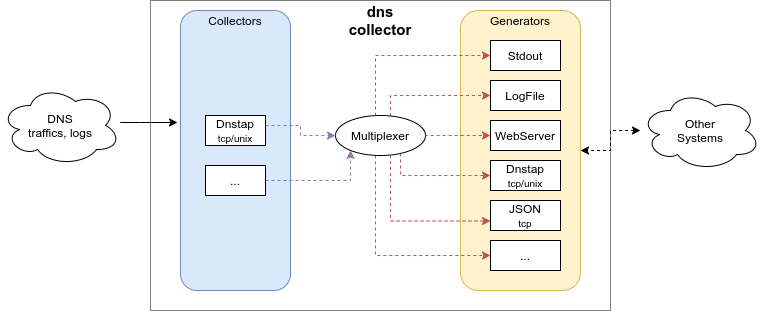
dmachard/go-dnscollector keeps this draw.io diagram as doc/overview.png. Above is the earlier version. Source tidied: cells renumbered, new cells last; positions are measured from the earlier drawing's top-left corner, leaving out a move shared by most shapes.
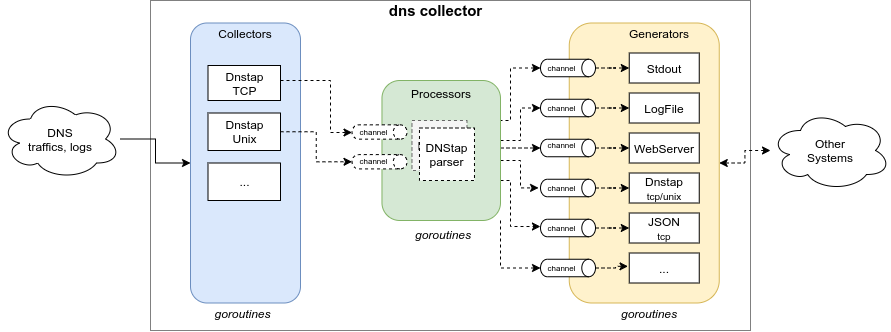
The same file after the commit.

Commit message:
code factory

What changed in the source:
```diff
@@ -3,125 +3,226 @@
     <mxCell id="0" />
     <mxCell id="1" parent="0" />
     <mxCell id="2" style="rounded=0;whiteSpace=wrap;html=1;dashed=1;dashPattern=1 1;" parent="1" vertex="1">
-      <mxGeometry x="150" width="460" height="310" as="geometry" />
+      <mxGeometry x="160" y="-60" width="600" height="330" as="geometry" />
     </mxCell>
-    <mxCell id="3" value="&lt;b style=&quot;font-size: 15px&quot;&gt;dns&lt;br&gt;collector&lt;/b&gt;" style="text;html=1;strokeColor=none;fillColor=none;align=center;verticalAlign=middle;whiteSpace=wrap;rounded=0;" parent="1" vertex="1">
-      <mxGeometry x="340" y="10" width="80" height="20" as="geometry" />
+    <mxCell id="3" value="&lt;b style=&quot;font-size: 15px&quot;&gt;dns collector&lt;/b&gt;" style="text;html=1;strokeColor=none;fillColor=none;align=center;verticalAlign=middle;whiteSpace=wrap;rounded=0;" parent="1" vertex="1">
+      <mxGeometry x="388" y="-60" width="115" height="20" as="geometry" />
     </mxCell>
     <mxCell id="4" style="rounded=1;whiteSpace=wrap;html=1;fillColor=#dae8fc;strokeColor=#6c8ebf;" parent="1" vertex="1">
-      <mxGeometry x="180" y="10" width="110" height="280" as="geometry" />
+      <mxGeometry x="200" y="-37.5" width="110" height="280" as="geometry" />
     </mxCell>
     <mxCell id="5" value="Collectors" style="text;html=1;strokeColor=none;fillColor=none;align=center;verticalAlign=middle;whiteSpace=wrap;rounded=0;" parent="1" vertex="1">
-      <mxGeometry x="215" y="10" width="40" height="20" as="geometry" />
+      <mxGeometry x="235" y="-37.5" width="40" height="20" as="geometry" />
     </mxCell>
     <mxCell id="6" style="rounded=1;whiteSpace=wrap;html=1;fillColor=#fff2cc;strokeColor=#d6b656;" parent="1" vertex="1">
-      <mxGeometry x="460" y="10" width="120" height="280" as="geometry" />
+      <mxGeometry x="578.8" y="-37.5" width="150" height="280" as="geometry" />
     </mxCell>
     <mxCell id="7" value="Generators" style="text;html=1;strokeColor=none;fillColor=none;align=center;verticalAlign=middle;whiteSpace=wrap;rounded=0;" parent="1" vertex="1">
-      <mxGeometry x="500" y="10" width="40" height="20" as="geometry" />
+      <mxGeometry x="648.8" y="-37.5" width="40" height="20" as="geometry" />
     </mxCell>
-    <mxCell id="8" style="edgeStyle=orthogonalEdgeStyle;rounded=0;jettySize=auto;html=1;dashed=1;fillColor=#e1d5e7;strokeColor=#9673a6;" parent="1" edge="1" source="9" target="21">
-      <mxGeometry relative="1" as="geometry">
-        <Array as="points">
-          <mxPoint x="300" y="125" />
-          <mxPoint x="300" y="135" />
-        </Array>
-      </mxGeometry>
-    </mxCell>
-    <mxCell id="9" value="Dnstap&lt;br&gt;&lt;font style=&quot;font-size: 10px&quot;&gt;tcp/unix&lt;/font&gt;" style="rounded=0;whiteSpace=wrap;html=1;" parent="1" vertex="1">
-      <mxGeometry x="205" y="115" width="60" height="30" as="geometry" />
+    <mxCell id="9" value="Dnstap&lt;br&gt;TCP" style="rounded=0;whiteSpace=wrap;html=1;" parent="1" vertex="1">
+      <mxGeometry x="217.5" y="5" width="72.5" height="35" as="geometry" />
     </mxCell>
     <mxCell id="10" value="Stdout" style="rounded=0;whiteSpace=wrap;html=1;" parent="1" vertex="1">
-      <mxGeometry x="490" y="40" width="70" height="30" as="geometry" />
+      <mxGeometry x="638.8" y="-7.5" width="70" height="30" as="geometry" />
     </mxCell>
     <mxCell id="11" value="LogFile" style="rounded=0;whiteSpace=wrap;html=1;" parent="1" vertex="1">
-      <mxGeometry x="490" y="80" width="70" height="30" as="geometry" />
+      <mxGeometry x="638.8" y="32.5" width="70" height="30" as="geometry" />
     </mxCell>
-    <mxCell id="12" style="edgeStyle=orthogonalEdgeStyle;rounded=0;jettySize=auto;html=1;dashed=1;fillColor=#e1d5e7;strokeColor=#9673a6;" parent="1" edge="1" source="13" target="21">
-      <mxGeometry relative="1" as="geometry">
-        <Array as="points">
-          <mxPoint x="350" y="180" />
-        </Array>
-      </mxGeometry>
-    </mxCell>
-    <mxCell id="13" value="..." style="rounded=0;whiteSpace=wrap;html=1;" parent="1" vertex="1">
-      <mxGeometry x="205" y="165" width="60" height="30" as="geometry" />
-    </mxCell>
     <mxCell id="14" value="WebServer" style="rounded=0;whiteSpace=wrap;html=1;" parent="1" vertex="1">
-      <mxGeometry x="490" y="120" width="70" height="30" as="geometry" />
+      <mxGeometry x="638.8" y="72.5" width="70" height="30" as="geometry" />
     </mxCell>
     <mxCell id="15" value="Dnstap&lt;br&gt;&lt;font style=&quot;font-size: 10px&quot;&gt;tcp/unix&lt;/font&gt;" style="rounded=0;whiteSpace=wrap;html=1;" parent="1" vertex="1">
-      <mxGeometry x="490" y="160" width="70" height="30" as="geometry" />
+      <mxGeometry x="638.8" y="112.5" width="70" height="30" as="geometry" />
     </mxCell>
-    <mxCell id="16" style="edgeStyle=orthogonalEdgeStyle;rounded=0;jettySize=auto;html=1;entryX=0;entryY=0.5;entryDx=0;entryDy=0;dashed=1;fillColor=#f8cecc;strokeColor=#b85450;" parent="1" edge="1" source="21" target="10">
-      <mxGeometry relative="1" as="geometry">
-        <Array as="points">
-          <mxPoint x="375" y="55" />
-        </Array>
-      </mxGeometry>
-    </mxCell>
-    <mxCell id="17" style="edgeStyle=orthogonalEdgeStyle;rounded=0;jettySize=auto;html=1;entryX=0;entryY=0.5;entryDx=0;entryDy=0;dashed=1;fillColor=#f8cecc;strokeColor=#b85450;" parent="1" edge="1" source="21" target="11">
-      <mxGeometry relative="1" as="geometry">
-        <Array as="points">
-          <mxPoint x="390" y="95" />
-        </Array>
-      </mxGeometry>
-    </mxCell>
-    <mxCell id="18" style="edgeStyle=orthogonalEdgeStyle;rounded=0;jettySize=auto;html=1;entryX=0;entryY=0.5;entryDx=0;entryDy=0;exitX=1;exitY=1;exitDx=0;exitDy=0;dashed=1;fillColor=#f8cecc;strokeColor=#b85450;" parent="1" edge="1" source="21" target="14">
-      <mxGeometry relative="1" as="geometry">
-        <Array as="points">
-          <mxPoint x="407" y="135" />
-        </Array>
-      </mxGeometry>
-    </mxCell>
-    <mxCell id="19" style="edgeStyle=orthogonalEdgeStyle;rounded=0;jettySize=auto;html=1;entryX=0;entryY=0.5;entryDx=0;entryDy=0;fillColor=#f8cecc;strokeColor=#b85450;dashed=1;" parent="1" edge="1" source="21" target="15">
-      <mxGeometry relative="1" as="geometry">
-        <Array as="points">
-          <mxPoint x="400" y="175" />
-        </Array>
-      </mxGeometry>
-    </mxCell>
-    <mxCell id="20" style="edgeStyle=orthogonalEdgeStyle;rounded=0;jettySize=auto;html=1;entryX=0;entryY=0.5;entryDx=0;entryDy=0;fillColor=#f8cecc;strokeColor=#b85450;dashed=1;" parent="1" edge="1" source="21" target="26">
-      <mxGeometry relative="1" as="geometry">
-        <Array as="points">
-          <mxPoint x="375" y="255" />
-        </Array>
-      </mxGeometry>
-    </mxCell>
-    <mxCell id="21" value="Multiplexer" style="ellipse;whiteSpace=wrap;html=1;" parent="1" vertex="1">
-      <mxGeometry x="335" y="115" width="90" height="40" as="geometry" />
-    </mxCell>
-    <mxCell id="22" style="edgeStyle=orthogonalEdgeStyle;rounded=0;jettySize=auto;html=1;" parent="1" edge="1" source="23">
-      <mxGeometry relative="1" as="geometry">
-        <mxPoint x="177" y="122" as="targetPoint" />
-        <Array as="points">
-          <mxPoint x="140" y="122" />
-          <mxPoint x="140" y="122" />
-        </Array>
-      </mxGeometry>
+    <mxCell id="22" style="edgeStyle=orthogonalEdgeStyle;rounded=0;jettySize=auto;html=1;" parent="1" edge="1" source="23" target="4">
+      <mxGeometry relative="1" as="geometry" />
     </mxCell>
     <mxCell id="23" value="DNS&lt;br&gt;traffics, logs" style="ellipse;shape=cloud;whiteSpace=wrap;html=1;" parent="1" vertex="1">
-      <mxGeometry y="85" width="120" height="80" as="geometry" />
+      <mxGeometry x="10" y="38.5" width="120" height="80" as="geometry" />
     </mxCell>
     <mxCell id="24" style="edgeStyle=orthogonalEdgeStyle;rounded=0;jettySize=auto;html=1;entryX=1;entryY=0.5;entryDx=0;entryDy=0;startArrow=classic;startFill=1;dashed=1;" parent="1" edge="1" source="25" target="6">
       <mxGeometry relative="1" as="geometry" />
     </mxCell>
     <mxCell id="25" value="Other&lt;br&gt;Systems" style="ellipse;shape=cloud;whiteSpace=wrap;html=1;" parent="1" vertex="1">
-      <mxGeometry x="640" y="90" width="120" height="80" as="geometry" />
+      <mxGeometry x="780" y="50" width="120" height="80" as="geometry" />
     </mxCell>
     <mxCell id="26" value="..." style="rounded=0;whiteSpace=wrap;html=1;" parent="1" vertex="1">
-      <mxGeometry x="490" y="240" width="70" height="30" as="geometry" />
+      <mxGeometry x="638.8" y="192.5" width="70" height="30" as="geometry" />
     </mxCell>
     <mxCell id="27" value="JSON&lt;br&gt;&lt;font style=&quot;font-size: 10px&quot;&gt;tcp&lt;/font&gt;" style="rounded=0;whiteSpace=wrap;html=1;" parent="1" vertex="1">
-      <mxGeometry x="490" y="200" width="70" height="30" as="geometry" />
+      <mxGeometry x="638.8" y="152.5" width="70" height="30" as="geometry" />
     </mxCell>
-    <mxCell id="28" style="edgeStyle=orthogonalEdgeStyle;rounded=0;jettySize=auto;html=1;entryX=0;entryY=0.5;entryDx=0;entryDy=0;fillColor=#f8cecc;strokeColor=#b85450;dashed=1;" parent="1" edge="1" source="21">
-      <mxGeometry relative="1" as="geometry">
-        <mxPoint x="490" y="220.5" as="targetPoint" />
-        <Array as="points">
-          <mxPoint x="390" y="221" />
-        </Array>
-      </mxGeometry>
-    </mxCell>
+    <mxCell id="29" style="edgeStyle=orthogonalEdgeStyle;rounded=0;jettySize=auto;html=1;entryX=0.5;entryY=1;entryDx=0;entryDy=0;entryPerimeter=0;dashed=1;" parent="1" edge="1" source="35" target="45">
+      <mxGeometry relative="1" as="geometry">
+        <Array as="points">
+          <mxPoint x="530" y="80" />
+          <mxPoint x="530" y="48" />
+        </Array>
+      </mxGeometry>
+    </mxCell>
+    <mxCell id="30" style="edgeStyle=orthogonalEdgeStyle;rounded=0;jettySize=auto;html=1;entryX=0.495;entryY=1.035;entryDx=0;entryDy=0;entryPerimeter=0;dashed=1;" parent="1" edge="1" source="35" target="49">
+      <mxGeometry relative="1" as="geometry">
+        <Array as="points">
+          <mxPoint x="530" y="100" />
+          <mxPoint x="530" y="127" />
+        </Array>
+      </mxGeometry>
+    </mxCell>
+    <mxCell id="31" style="edgeStyle=orthogonalEdgeStyle;rounded=0;jettySize=auto;html=1;entryX=0.5;entryY=1;entryDx=0;entryDy=0;entryPerimeter=0;dashed=1;" parent="1" edge="1" source="35" target="47">
+      <mxGeometry relative="1" as="geometry">
+        <Array as="points">
+          <mxPoint x="528" y="88" />
+        </Array>
+      </mxGeometry>
+    </mxCell>
+    <mxCell id="32" style="edgeStyle=orthogonalEdgeStyle;rounded=0;jettySize=auto;html=1;entryX=0.5;entryY=1;entryDx=0;entryDy=0;entryPerimeter=0;dashed=1;" parent="1" edge="1" source="35" target="53">
+      <mxGeometry relative="1" as="geometry">
+        <Array as="points">
+          <mxPoint x="510" y="145" />
+          <mxPoint x="510" y="207" />
+        </Array>
+      </mxGeometry>
+    </mxCell>
+    <mxCell id="33" style="edgeStyle=orthogonalEdgeStyle;rounded=0;jettySize=auto;html=1;entryX=0.416;entryY=1.001;entryDx=0;entryDy=0;entryPerimeter=0;dashed=1;" parent="1" edge="1" source="35" target="51">
+      <mxGeometry relative="1" as="geometry">
+        <Array as="points">
+          <mxPoint x="520" y="120" />
+          <mxPoint x="520" y="166" />
+        </Array>
+      </mxGeometry>
+    </mxCell>
+    <mxCell id="34" style="edgeStyle=orthogonalEdgeStyle;rounded=0;jettySize=auto;html=1;entryX=0.5;entryY=1;entryDx=0;entryDy=0;entryPerimeter=0;dashed=1;startArrow=none;exitX=1;exitY=0.25;exitDx=0;exitDy=0;" parent="1" edge="1" source="35" target="42">
+      <mxGeometry relative="1" as="geometry">
+        <Array as="points">
+          <mxPoint x="500" y="60" />
+          <mxPoint x="520" y="60" />
+          <mxPoint x="520" y="8" />
+        </Array>
+      </mxGeometry>
+    </mxCell>
+    <mxCell id="35" style="rounded=1;whiteSpace=wrap;html=1;fillColor=#d5e8d4;strokeColor=#82b366;" parent="1" vertex="1">
+      <mxGeometry x="391.5" y="20" width="118.5" height="140" as="geometry" />
+    </mxCell>
+    <mxCell id="36" value="Processors" style="text;html=1;strokeColor=none;fillColor=none;align=center;verticalAlign=middle;whiteSpace=wrap;rounded=0;" parent="1" vertex="1">
+      <mxGeometry x="430.7" y="22.5" width="40" height="20" as="geometry" />
+    </mxCell>
+    <mxCell id="37" value="DNStap" style="rounded=0;whiteSpace=wrap;html=1;fillColor=#f5f5f5;strokeColor=#666666;fontColor=#333333;dashed=1;" parent="1" vertex="1">
+      <mxGeometry x="421.5" y="60" width="55" height="50" as="geometry" />
+    </mxCell>
+    <mxCell id="38" style="edgeStyle=orthogonalEdgeStyle;rounded=0;jettySize=auto;html=1;entryX=0.5;entryY=1;entryDx=0;entryDy=0;entryPerimeter=0;dashed=1;" parent="1" edge="1" source="39" target="70">
+      <mxGeometry relative="1" as="geometry" />
+    </mxCell>
+    <mxCell id="39" value="Dnstap&lt;br&gt;Unix" style="rounded=0;whiteSpace=wrap;html=1;" parent="1" vertex="1">
+      <mxGeometry x="217.5" y="52.5" width="72.5" height="37.5" as="geometry" />
+    </mxCell>
+    <mxCell id="40" style="group;" parent="1" vertex="1">
+      <mxGeometry x="550" y="-1.5" width="55" height="17.8" as="geometry" />
+    </mxCell>
+    <mxCell id="41" style="group;" parent="40" vertex="1">
+      <mxGeometry width="55" height="17.8" as="geometry" />
+    </mxCell>
+    <mxCell id="42" style="shape=cylinder3;whiteSpace=wrap;html=1;boundedLbl=1;backgroundOutline=1;size=6.85714285714289;rotation=90;" parent="41" vertex="1">
+      <mxGeometry x="18.8" y="-18.5" width="17.5" height="55" as="geometry" />
+    </mxCell>
+    <mxCell id="43" value="&lt;font style=&quot;font-size: 8px&quot;&gt;channel&lt;/font&gt;" style="text;html=1;strokeColor=none;fillColor=none;align=center;verticalAlign=middle;whiteSpace=wrap;rounded=0;" parent="41" vertex="1">
+      <mxGeometry x="5.8" width="30.5" height="14" as="geometry" />
+    </mxCell>
+    <mxCell id="44" style="edgeStyle=orthogonalEdgeStyle;rounded=0;jettySize=auto;html=1;entryX=0;entryY=0.5;entryDx=0;entryDy=0;dashed=1;" parent="1" edge="1" source="45" target="11">
+      <mxGeometry relative="1" as="geometry" />
+    </mxCell>
+    <mxCell id="45" style="shape=cylinder3;whiteSpace=wrap;html=1;boundedLbl=1;backgroundOutline=1;size=6.85714285714289;rotation=90;" parent="1" vertex="1">
+      <mxGeometry x="568.8" y="20" width="17.5" height="55" as="geometry" />
+    </mxCell>
+    <mxCell id="46" style="edgeStyle=orthogonalEdgeStyle;rounded=0;jettySize=auto;html=1;entryX=0;entryY=0.5;entryDx=0;entryDy=0;dashed=1;" parent="1" edge="1" source="47" target="14">
+      <mxGeometry relative="1" as="geometry" />
+    </mxCell>
+    <mxCell id="47" style="shape=cylinder3;whiteSpace=wrap;html=1;boundedLbl=1;backgroundOutline=1;size=6.85714285714289;rotation=90;" parent="1" vertex="1">
+      <mxGeometry x="568.8" y="60" width="17.5" height="55" as="geometry" />
+    </mxCell>
+    <mxCell id="48" style="edgeStyle=orthogonalEdgeStyle;rounded=0;jettySize=auto;html=1;entryX=0;entryY=0.5;entryDx=0;entryDy=0;dashed=1;" parent="1" edge="1" source="49" target="15">
+      <mxGeometry relative="1" as="geometry" />
+    </mxCell>
+    <mxCell id="49" style="shape=cylinder3;whiteSpace=wrap;html=1;boundedLbl=1;backgroundOutline=1;size=6.85714285714289;rotation=90;" parent="1" vertex="1">
+      <mxGeometry x="568.8" y="100" width="17.5" height="55" as="geometry" />
+    </mxCell>
+    <mxCell id="50" style="edgeStyle=orthogonalEdgeStyle;rounded=0;jettySize=auto;html=1;entryX=0;entryY=0.5;entryDx=0;entryDy=0;dashed=1;" parent="1" edge="1" source="51" target="27">
+      <mxGeometry relative="1" as="geometry" />
+    </mxCell>
+    <mxCell id="51" style="shape=cylinder3;whiteSpace=wrap;html=1;boundedLbl=1;backgroundOutline=1;size=6.85714285714289;rotation=90;" parent="1" vertex="1">
+      <mxGeometry x="568.8" y="140" width="17.5" height="55" as="geometry" />
+    </mxCell>
+    <mxCell id="52" style="edgeStyle=orthogonalEdgeStyle;rounded=0;jettySize=auto;html=1;entryX=-0.018;entryY=0.444;entryDx=0;entryDy=0;entryPerimeter=0;dashed=1;" parent="1" edge="1" source="53" target="26">
+      <mxGeometry relative="1" as="geometry" />
+    </mxCell>
+    <mxCell id="53" style="shape=cylinder3;whiteSpace=wrap;html=1;boundedLbl=1;backgroundOutline=1;size=6.85714285714289;rotation=90;" parent="1" vertex="1">
+      <mxGeometry x="568.8" y="180" width="17.5" height="55" as="geometry" />
+    </mxCell>
+    <mxCell id="54" value="&lt;font style=&quot;font-size: 8px&quot;&gt;channel&lt;/font&gt;" style="text;html=1;strokeColor=none;fillColor=none;align=center;verticalAlign=middle;whiteSpace=wrap;rounded=0;" parent="1" vertex="1">
+      <mxGeometry x="555.8" y="38.5" width="30.5" height="14" as="geometry" />
+    </mxCell>
+    <mxCell id="55" value="&lt;font style=&quot;font-size: 8px&quot;&gt;channel&lt;/font&gt;" style="text;html=1;strokeColor=none;fillColor=none;align=center;verticalAlign=middle;whiteSpace=wrap;rounded=0;" parent="1" vertex="1">
+      <mxGeometry x="555.8" y="76" width="30.5" height="14" as="geometry" />
+    </mxCell>
+    <mxCell id="56" value="&lt;font style=&quot;font-size: 8px&quot;&gt;channel&lt;/font&gt;" style="text;html=1;strokeColor=none;fillColor=none;align=center;verticalAlign=middle;whiteSpace=wrap;rounded=0;" parent="1" vertex="1">
+      <mxGeometry x="555.8" y="118.5" width="30.5" height="14" as="geometry" />
+    </mxCell>
+    <mxCell id="57" value="&lt;font style=&quot;font-size: 8px&quot;&gt;channel&lt;/font&gt;" style="text;html=1;strokeColor=none;fillColor=none;align=center;verticalAlign=middle;whiteSpace=wrap;rounded=0;" parent="1" vertex="1">
+      <mxGeometry x="555.8" y="158.5" width="30.5" height="14" as="geometry" />
+    </mxCell>
+    <mxCell id="58" value="&lt;font style=&quot;font-size: 8px&quot;&gt;channel&lt;/font&gt;" style="text;html=1;strokeColor=none;fillColor=none;align=center;verticalAlign=middle;whiteSpace=wrap;rounded=0;" parent="1" vertex="1">
+      <mxGeometry x="555.8" y="198.5" width="30.5" height="14" as="geometry" />
+    </mxCell>
+    <mxCell id="59" style="group;" parent="1" vertex="1">
+      <mxGeometry x="366.5" y="62.5" width="45" height="17.8" as="geometry" />
+    </mxCell>
+    <mxCell id="60" style="group;" parent="59" vertex="1">
+      <mxGeometry width="45" height="17.8" as="geometry" />
+    </mxCell>
+    <mxCell id="61" style="shape=cylinder3;whiteSpace=wrap;html=1;boundedLbl=1;backgroundOutline=1;size=6.85714285714289;rotation=90;dashed=1;" parent="60" vertex="1">
+      <mxGeometry x="15.3" y="-18.5" width="14.3" height="55" as="geometry" />
+    </mxCell>
+    <mxCell id="62" value="&lt;font style=&quot;font-size: 8px&quot;&gt;channel&lt;/font&gt;" style="text;html=1;strokeColor=none;fillColor=none;align=center;verticalAlign=middle;whiteSpace=wrap;rounded=0;" parent="60" vertex="1">
+      <mxGeometry x="4.7" width="25" height="14" as="geometry" />
+    </mxCell>
+    <mxCell id="63" value="DNStap&lt;br&gt;parser" style="rounded=0;whiteSpace=wrap;html=1;dashed=1;" parent="1" vertex="1">
+      <mxGeometry x="429" y="67.5" width="55" height="52.5" as="geometry" />
+    </mxCell>
+    <mxCell id="64" style="edgeStyle=orthogonalEdgeStyle;rounded=0;jettySize=auto;html=1;entryX=0.5;entryY=1;entryDx=0;entryDy=0;dashed=1;entryPerimeter=0;" parent="1" edge="1" source="9" target="61">
+      <mxGeometry relative="1" as="geometry">
+        <Array as="points">
+          <mxPoint x="340" y="20" />
+          <mxPoint x="340" y="72" />
+          <mxPoint x="361" y="72" />
+        </Array>
+      </mxGeometry>
+    </mxCell>
+    <mxCell id="65" value="&lt;i&gt;goroutines&lt;/i&gt;" style="text;html=1;strokeColor=none;fillColor=none;align=center;verticalAlign=middle;whiteSpace=wrap;rounded=0;" parent="1" vertex="1">
+      <mxGeometry x="235" y="242.5" width="35" height="20" as="geometry" />
+    </mxCell>
+    <mxCell id="66" value="&lt;i&gt;goroutines&lt;/i&gt;" style="text;html=1;strokeColor=none;fillColor=none;align=center;verticalAlign=middle;whiteSpace=wrap;rounded=0;" parent="1" vertex="1">
+      <mxGeometry x="638.8" y="242.5" width="40" height="20" as="geometry" />
+    </mxCell>
+    <mxCell id="67" value="&lt;i&gt;goroutines&lt;/i&gt;" style="text;html=1;strokeColor=none;fillColor=none;align=center;verticalAlign=middle;whiteSpace=wrap;rounded=0;" parent="1" vertex="1">
+      <mxGeometry x="432.7" y="163.5" width="40" height="20" as="geometry" />
+    </mxCell>
+    <mxCell id="68" style="group;" parent="1" vertex="1">
+      <mxGeometry x="366.5" y="92.2" width="45" height="17.8" as="geometry" />
+    </mxCell>
+    <mxCell id="69" style="group;" parent="68" vertex="1">
+      <mxGeometry width="45" height="17.8" as="geometry" />
+    </mxCell>
+    <mxCell id="70" style="shape=cylinder3;whiteSpace=wrap;html=1;boundedLbl=1;backgroundOutline=1;size=6.85714285714289;rotation=90;dashed=1;" parent="69" vertex="1">
+      <mxGeometry x="15.3" y="-18.5" width="14.3" height="55" as="geometry" />
+    </mxCell>
+    <mxCell id="71" value="&lt;font style=&quot;font-size: 8px&quot;&gt;channel&lt;/font&gt;" style="text;html=1;strokeColor=none;fillColor=none;align=center;verticalAlign=middle;whiteSpace=wrap;rounded=0;" parent="69" vertex="1">
+      <mxGeometry x="4.7" width="25" height="14" as="geometry" />
+    </mxCell>
+    <mxCell id="13" value="..." style="rounded=0;whiteSpace=wrap;html=1;" parent="1" vertex="1">
+      <mxGeometry x="217.5" y="102.5" width="72.5" height="37.5" as="geometry" />
+    </mxCell>
+    <mxCell id="72" style="edgeStyle=orthogonalEdgeStyle;rounded=0;jettySize=auto;html=1;entryX=0;entryY=0.5;entryDx=0;entryDy=0;dashed=1;" parent="1" edge="1" source="42" target="10">
+      <mxGeometry relative="1" as="geometry" />
+    </mxCell>
   </root>
 </mxGraphModel>
```
